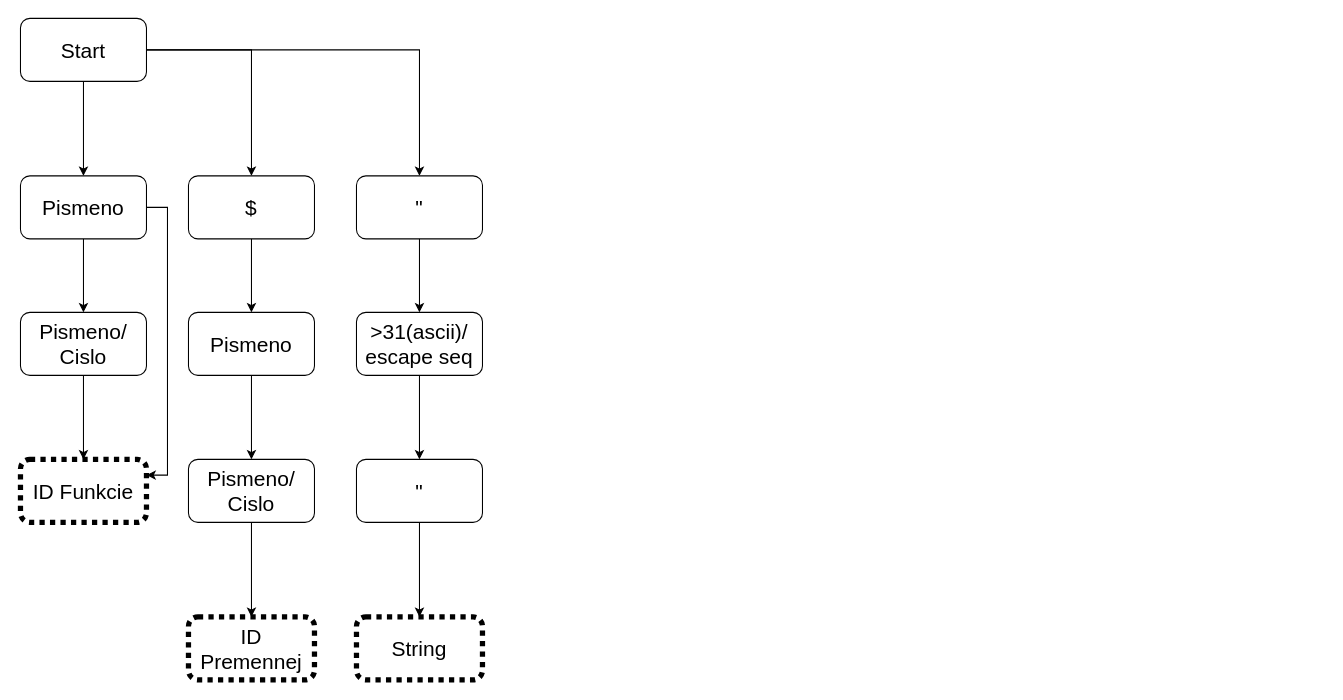
RatsAreNice/IFJ-2022 keeps this draw.io diagram as StateMachine/StateMachine.drawio. Above is the earlier version. Source tidied: cells renumbered, new cells numbered last; positions are measured from the earlier drawing's top-left corner, leaving out a move shared by most shapes. Both pictures are drawn from the tidied source at 105%, with x=0, y=0 at pixel (20, 18).
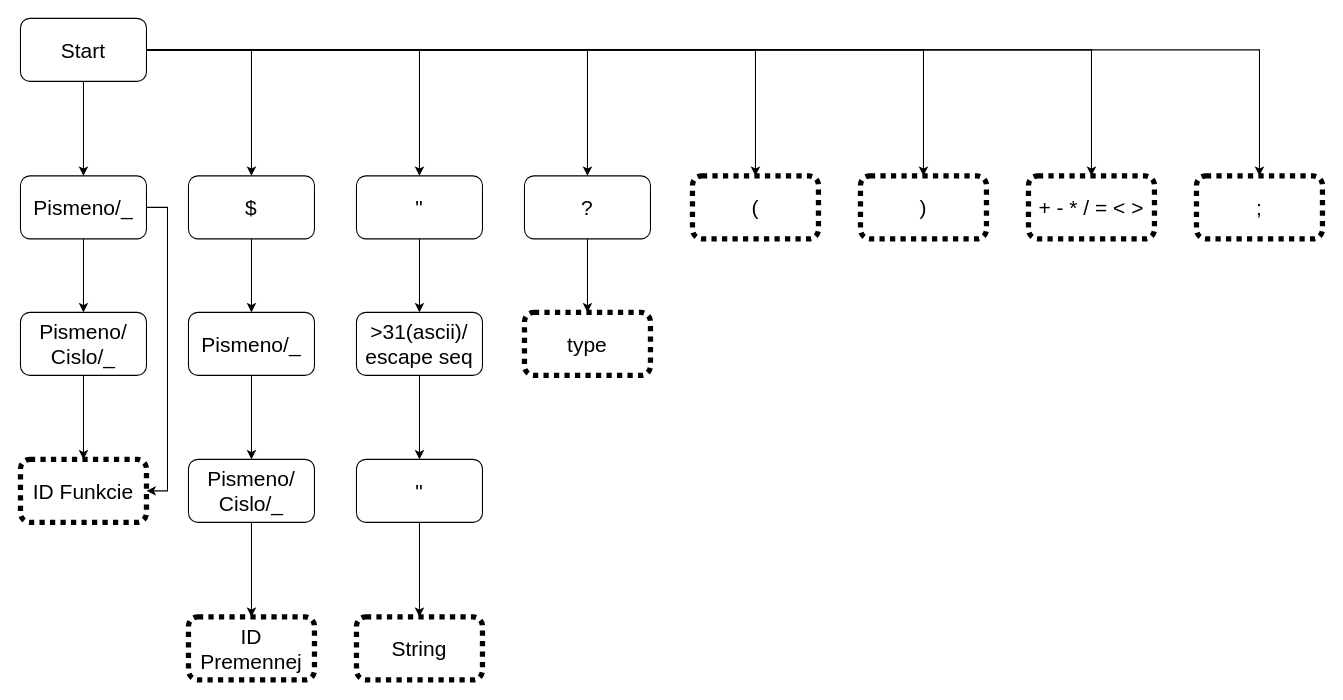
Above is the later version.

Commit message:
finalised unreviewed StateMachine

Unchanged cells that the change refers to:
```xml
<mxCell id="5" value="&lt;font style=&quot;font-size: 20px;&quot;&gt;Start&lt;/font&gt;" style="rounded=1;whiteSpace=wrap;html=1;" parent="1" vertex="1">
  <mxGeometry width="120" height="60" as="geometry" />
</mxCell>
<mxCell id="6" value="ID Funkcie&lt;br&gt;" style="rounded=1;whiteSpace=wrap;html=1;fontSize=20;dashed=1;dashPattern=1 1;strokeWidth=5;" parent="1" vertex="1">
  <mxGeometry y="420" width="120" height="60" as="geometry" />
</mxCell>
```

The edit, as a diff of the source:
```diff
@@
+    <mxCell id="26" style="edgeStyle=orthogonalEdgeStyle;rounded=0;jettySize=auto;html=1;exitX=1;exitY=0.5;exitDx=0;exitDy=0;entryX=0.5;entryY=0;entryDx=0;entryDy=0;" parent="1" edge="1" source="5" target="31">
+      <mxGeometry relative="1" as="geometry" />
+    </mxCell>
+    <mxCell id="27" style="edgeStyle=orthogonalEdgeStyle;rounded=0;jettySize=auto;html=1;exitX=1;exitY=0.5;exitDx=0;exitDy=0;entryX=0.5;entryY=0;entryDx=0;entryDy=0;fontSize=20;" parent="1" edge="1" source="5" target="32">
+      <mxGeometry relative="1" as="geometry" />
+    </mxCell>
+    <mxCell id="28" style="edgeStyle=orthogonalEdgeStyle;rounded=0;jettySize=auto;html=1;exitX=1;exitY=0.5;exitDx=0;exitDy=0;entryX=0.5;entryY=0;entryDx=0;entryDy=0;fontSize=20;" parent="1" edge="1" source="5" target="33">
+      <mxGeometry relative="1" as="geometry" />
+    </mxCell>
+    <mxCell id="29" style="edgeStyle=orthogonalEdgeStyle;rounded=0;jettySize=auto;html=1;exitX=1;exitY=0.5;exitDx=0;exitDy=0;fontSize=20;entryX=0.5;entryY=0;entryDx=0;entryDy=0;" parent="1" edge="1" source="5" target="34">
+      <mxGeometry relative="1" as="geometry" />
+    </mxCell>
+    <mxCell id="30" style="edgeStyle=orthogonalEdgeStyle;rounded=0;jettySize=auto;html=1;exitX=1;exitY=0.5;exitDx=0;exitDy=0;entryX=0.5;entryY=0;entryDx=0;entryDy=0;fontSize=20;" parent="1" edge="1" source="5" target="36">
+      <mxGeometry relative="1" as="geometry" />
+    </mxCell>
@@
-    <mxCell id="7" style="edgeStyle=orthogonalEdgeStyle;rounded=0;jettySize=auto;html=1;exitX=1;exitY=0.5;exitDx=0;exitDy=0;entryX=1;entryY=0.25;entryDx=0;entryDy=0;fontSize=20;" parent="1" edge="1" source="9" target="6">
-      <mxGeometry relative="1" as="geometry" />
+    <mxCell id="7" style="edgeStyle=orthogonalEdgeStyle;rounded=0;jettySize=auto;html=1;exitX=1;exitY=0.5;exitDx=0;exitDy=0;entryX=1;entryY=0.5;entryDx=0;entryDy=0;fontSize=20;" parent="1" edge="1" source="9" target="6">
+      <mxGeometry relative="1" as="geometry">
+        <Array as="points">
+          <mxPoint x="140" y="180" />
+          <mxPoint x="140" y="450" />
+        </Array>
+      </mxGeometry>
     </mxCell>
@@
-    <mxCell id="9" value="&lt;font style=&quot;font-size: 20px;&quot;&gt;Pismeno&lt;/font&gt;" style="rounded=1;whiteSpace=wrap;html=1;" parent="1" vertex="1">
+    <mxCell id="9" value="&lt;font style=&quot;font-size: 20px;&quot;&gt;Pismeno/_&lt;/font&gt;" style="rounded=1;whiteSpace=wrap;html=1;" parent="1" vertex="1">
       <mxGeometry y="150" width="120" height="60" as="geometry" />
     </mxCell>
@@
-    <mxCell id="11" value="Pismeno/&lt;br&gt;Cislo" style="rounded=1;whiteSpace=wrap;html=1;strokeWidth=1;fontSize=20;" parent="1" vertex="1">
+    <mxCell id="11" value="Pismeno/&lt;br&gt;Cislo/_" style="rounded=1;whiteSpace=wrap;html=1;strokeWidth=1;fontSize=20;" parent="1" vertex="1">
       <mxGeometry y="280" width="120" height="60" as="geometry" />
     </mxCell>
@@
-    <mxCell id="15" value="Pismeno" style="rounded=1;whiteSpace=wrap;html=1;strokeWidth=1;fontSize=20;" parent="1" vertex="1">
+    <mxCell id="15" value="Pismeno/_" style="rounded=1;whiteSpace=wrap;html=1;strokeWidth=1;fontSize=20;" parent="1" vertex="1">
       <mxGeometry x="160" y="280" width="120" height="60" as="geometry" />
     </mxCell>
@@
-    <mxCell id="17" value="Pismeno/&lt;br&gt;Cislo" style="rounded=1;whiteSpace=wrap;html=1;strokeWidth=1;fontSize=20;" parent="1" vertex="1">
+    <mxCell id="17" value="Pismeno/&lt;br&gt;Cislo/_" style="rounded=1;whiteSpace=wrap;html=1;strokeWidth=1;fontSize=20;" parent="1" vertex="1">
       <mxGeometry x="160" y="420" width="120" height="60" as="geometry" />
     </mxCell>
@@
+    <mxCell id="31" value="&lt;font style=&quot;font-size: 20px;&quot;&gt;(&lt;/font&gt;" style="rounded=1;whiteSpace=wrap;html=1;strokeWidth=5;dashed=1;dashPattern=1 1;" parent="1" vertex="1">
+      <mxGeometry x="640" y="150" width="120" height="60" as="geometry" />
+    </mxCell>
+    <mxCell id="32" value="&lt;font style=&quot;font-size: 20px;&quot;&gt;)&lt;/font&gt;" style="rounded=1;whiteSpace=wrap;html=1;strokeWidth=5;dashed=1;dashPattern=1 1;" parent="1" vertex="1">
+      <mxGeometry x="800" y="150" width="120" height="60" as="geometry" />
+    </mxCell>
+    <mxCell id="33" value="+ - * / = &amp;lt; &amp;gt;" style="rounded=1;whiteSpace=wrap;html=1;dashed=1;dashPattern=1 1;strokeWidth=5;fontSize=20;" parent="1" vertex="1">
+      <mxGeometry x="960" y="150" width="120" height="60" as="geometry" />
+    </mxCell>
+    <mxCell id="34" value=";" style="rounded=1;whiteSpace=wrap;html=1;dashed=1;dashPattern=1 1;strokeWidth=5;fontSize=20;" parent="1" vertex="1">
+      <mxGeometry x="1120" y="150" width="120" height="60" as="geometry" />
+    </mxCell>
+    <mxCell id="35" style="edgeStyle=orthogonalEdgeStyle;rounded=0;jettySize=auto;html=1;exitX=0.5;exitY=1;exitDx=0;exitDy=0;entryX=0.5;entryY=0;entryDx=0;entryDy=0;fontSize=20;" parent="1" edge="1" source="36" target="37">
+      <mxGeometry relative="1" as="geometry" />
+    </mxCell>
+    <mxCell id="36" value="?" style="rounded=1;whiteSpace=wrap;html=1;strokeWidth=1;fontSize=20;" parent="1" vertex="1">
+      <mxGeometry x="480" y="150" width="120" height="60" as="geometry" />
+    </mxCell>
+    <mxCell id="37" value="type" style="rounded=1;whiteSpace=wrap;html=1;strokeWidth=5;fontSize=20;dashed=1;dashPattern=1 1;" parent="1" vertex="1">
+      <mxGeometry x="480" y="280" width="120" height="60" as="geometry" />
+    </mxCell>
```
